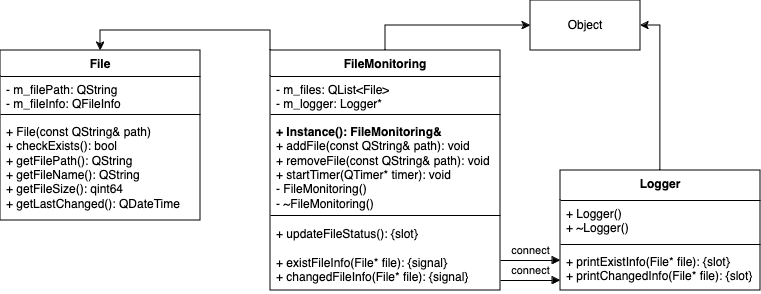
Ivvvay/FileMonitoring keeps this draw.io diagram as UML.png. Above is the earlier version. Source tidied: cells renumbered, new cells last; positions are measured from the earlier drawing's top-left corner, leaving out a move shared by most shapes. Its diagram source:
```xml
<mxGraphModel>
  <root>
    <mxCell id="0" />
    <mxCell id="1" parent="0" />
    <mxCell id="2" value="File" style="swimlane;fontStyle=1;align=center;verticalAlign=top;horizontal=1;startSize=26;whiteSpace=wrap;html=1;" parent="1" vertex="1">
      <mxGeometry y="50" width="200" height="170" as="geometry" />
    </mxCell>
    <mxCell id="3" value="&lt;div&gt;- m_filePath: QString&lt;/div&gt;&lt;div&gt;- m_fileInfo: QFileInfo&lt;br&gt;&lt;/div&gt;&lt;div&gt;&lt;br&gt;&lt;/div&gt;" style="text;strokeColor=none;fillColor=none;align=left;verticalAlign=top;spacingLeft=4;spacingRight=4;overflow=hidden;whiteSpace=wrap;html=1;" parent="2" vertex="1">
      <mxGeometry y="26" width="200" height="34" as="geometry" />
    </mxCell>
    <mxCell id="4" style="line;strokeWidth=1;fillColor=none;align=left;verticalAlign=middle;spacingTop=-1;spacingLeft=3;spacingRight=3;labelPosition=right;strokeColor=inherit;" parent="2" vertex="1">
      <mxGeometry y="60" width="200" height="8" as="geometry" />
    </mxCell>
    <mxCell id="5" value="&lt;div&gt;+ File(const QString&amp;amp; path)&lt;/div&gt;&lt;div&gt;+ checkExists(): bool&lt;/div&gt;&lt;div&gt;+ getFilePath(): QString&lt;/div&gt;&lt;div&gt;+ getFileName(): QString&amp;nbsp;&lt;/div&gt;&lt;div&gt;+ getFileSize(): qint64&lt;br&gt;+ getLastChanged(): QDateTime&lt;/div&gt;&lt;div&gt;&lt;br&gt;&lt;/div&gt;" style="text;strokeColor=none;fillColor=none;align=left;verticalAlign=top;spacingLeft=4;spacingRight=4;overflow=hidden;points=[[0,0.5],[1,0.5]];portConstraint=eastwest;whiteSpace=wrap;html=1;" parent="2" vertex="1">
      <mxGeometry y="68" width="200" height="102" as="geometry" />
    </mxCell>
    <mxCell id="6" style="edgeStyle=orthogonalEdgeStyle;rounded=0;jettySize=auto;html=1;exitX=0.5;exitY=0;exitDx=0;exitDy=0;entryX=1;entryY=0.5;entryDx=0;entryDy=0;" parent="1" edge="1" source="7" target="19">
      <mxGeometry relative="1" as="geometry" />
    </mxCell>
    <mxCell id="7" value="Logger" style="swimlane;fontStyle=1;align=center;verticalAlign=top;horizontal=1;startSize=30;whiteSpace=wrap;html=1;" parent="1" vertex="1">
      <mxGeometry x="560" y="170" width="200" height="120" as="geometry" />
    </mxCell>
    <mxCell id="8" value="&lt;div&gt;+ Logger()&lt;/div&gt;&lt;div&gt;+ ~Logger()&lt;br&gt;&lt;/div&gt;" style="text;strokeColor=none;fillColor=none;align=left;verticalAlign=top;spacingLeft=4;spacingRight=4;overflow=hidden;whiteSpace=wrap;html=1;" parent="7" vertex="1">
      <mxGeometry y="30" width="200" height="40" as="geometry" />
    </mxCell>
    <mxCell id="9" style="line;strokeWidth=1;fillColor=none;align=left;verticalAlign=middle;spacingTop=-1;spacingLeft=3;spacingRight=3;labelPosition=right;strokeColor=inherit;" parent="7" vertex="1">
      <mxGeometry y="70" width="200" height="8" as="geometry" />
    </mxCell>
    <mxCell id="10" value="&lt;div&gt;+ printExistInfo(File* file): {slot}&lt;br&gt;&lt;/div&gt;&lt;div&gt;+ printChangedInfo(File* file): {slot}&lt;/div&gt;" style="text;strokeColor=none;fillColor=none;align=left;verticalAlign=top;spacingLeft=4;spacingRight=4;overflow=hidden;points=[[0,0.5],[1,0.5]];portConstraint=eastwest;whiteSpace=wrap;html=1;" parent="7" vertex="1">
      <mxGeometry y="78" width="200" height="42" as="geometry" />
    </mxCell>
    <mxCell id="11" style="edgeStyle=orthogonalEdgeStyle;rounded=0;jettySize=auto;html=1;exitX=0.5;exitY=0;exitDx=0;exitDy=0;entryX=0;entryY=0.5;entryDx=0;entryDy=0;" parent="1" edge="1" source="13" target="19">
      <mxGeometry relative="1" as="geometry" />
    </mxCell>
    <mxCell id="12" style="edgeStyle=orthogonalEdgeStyle;rounded=0;jettySize=auto;html=1;exitX=0;exitY=0;exitDx=0;exitDy=0;entryX=0.5;entryY=0;entryDx=0;entryDy=0;" parent="1" edge="1" source="13" target="2">
      <mxGeometry relative="1" as="geometry" />
    </mxCell>
    <mxCell id="13" value="FileMonitoring" style="swimlane;fontStyle=1;align=center;verticalAlign=top;horizontal=1;startSize=26;whiteSpace=wrap;html=1;" parent="1" vertex="1">
      <mxGeometry x="270" y="50" width="230" height="240" as="geometry" />
    </mxCell>
    <mxCell id="14" value="&lt;div&gt;- m_files: QList&amp;lt;File&amp;gt;&lt;/div&gt;&lt;div&gt;- m_logger: Logger*&lt;/div&gt;" style="text;strokeColor=none;fillColor=none;align=left;verticalAlign=top;spacingLeft=4;spacingRight=4;overflow=hidden;whiteSpace=wrap;html=1;" parent="13" vertex="1">
      <mxGeometry y="26" width="230" height="34" as="geometry" />
    </mxCell>
    <mxCell id="15" style="line;strokeWidth=1;fillColor=none;align=left;verticalAlign=middle;spacingTop=-1;spacingLeft=3;spacingRight=3;labelPosition=right;strokeColor=inherit;" parent="13" vertex="1">
      <mxGeometry y="60" width="230" height="8" as="geometry" />
    </mxCell>
    <mxCell id="16" value="&lt;div&gt;&lt;b&gt;+ Instance(): FileMonitoring&amp;amp;&lt;/b&gt;&lt;/div&gt;&lt;div&gt;+ addFile(const QString&amp;amp; path): void&lt;/div&gt;&lt;div&gt;+ removeFile(const QString&amp;amp; path): void&lt;/div&gt;&lt;div&gt;+ startTimer(QTimer* timer): void&lt;/div&gt;&lt;div&gt;- FileMonitoring()&lt;br&gt;- ~FileMonitoring()&lt;/div&gt;&lt;div&gt;&lt;br&gt;&lt;/div&gt;&lt;div&gt;&lt;b&gt;&lt;br&gt;&lt;/b&gt;&lt;/div&gt;" style="text;strokeColor=none;fillColor=none;align=left;verticalAlign=top;spacingLeft=4;spacingRight=4;overflow=hidden;whiteSpace=wrap;html=1;" parent="13" vertex="1">
      <mxGeometry y="68" width="230" height="92" as="geometry" />
    </mxCell>
    <mxCell id="17" style="line;strokeWidth=1;fillColor=none;align=left;verticalAlign=middle;spacingTop=-1;spacingLeft=3;spacingRight=3;labelPosition=right;strokeColor=inherit;" parent="13" vertex="1">
      <mxGeometry y="160" width="230" height="10" as="geometry" />
    </mxCell>
    <mxCell id="18" value="&lt;div&gt;+ updateFileStatus(): {slot}&lt;/div&gt;&lt;div&gt;&lt;br&gt;&lt;/div&gt;&lt;div&gt;+ existFileInfo(File* file): {signal}&lt;/div&gt;&lt;div&gt;+ changedFileInfo(File* file): {signal}&lt;/div&gt;&lt;div&gt;&lt;br&gt;&lt;/div&gt;&lt;div&gt;&lt;br&gt;&lt;/div&gt;" style="text;strokeColor=none;fillColor=none;align=left;verticalAlign=top;spacingLeft=4;spacingRight=4;overflow=hidden;points=[[0,0.5],[1,0.5]];portConstraint=eastwest;whiteSpace=wrap;html=1;" parent="13" vertex="1">
      <mxGeometry y="170" width="230" height="70" as="geometry" />
    </mxCell>
    <mxCell id="19" value="Object" style="html=1;whiteSpace=wrap;" parent="1" vertex="1">
      <mxGeometry x="530" width="110" height="50" as="geometry" />
    </mxCell>
    <mxCell id="20" value="connect" style="html=1;verticalAlign=bottom;endArrow=block;curved=0;rounded=0;" parent="1" edge="1">
      <mxGeometry relative="1" as="geometry">
        <mxPoint x="500" y="280" as="sourcePoint" />
        <mxPoint x="560" y="280" as="targetPoint" />
      </mxGeometry>
    </mxCell>
    <mxCell id="21" value="connect" style="html=1;verticalAlign=bottom;endArrow=block;curved=0;rounded=0;" parent="1" edge="1">
      <mxGeometry relative="1" as="geometry">
        <mxPoint x="500" y="260" as="sourcePoint" />
        <mxPoint x="560" y="260" as="targetPoint" />
      </mxGeometry>
    </mxCell>
  </root>
</mxGraphModel>
```
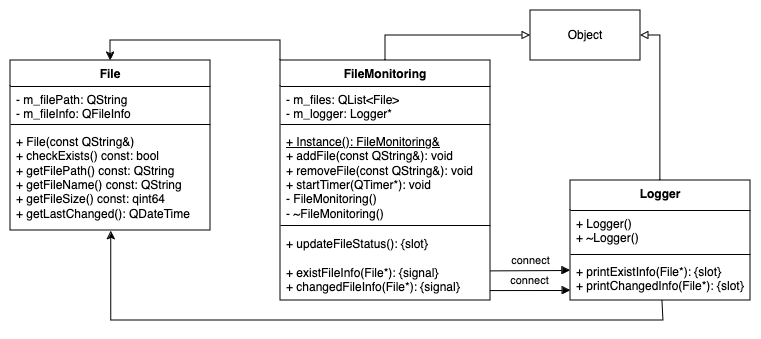
Above is the later version.

What changed in the source:
```diff
@@ -11,62 +11,69 @@
     <mxCell id="4" style="line;strokeWidth=1;fillColor=none;align=left;verticalAlign=middle;spacingTop=-1;spacingLeft=3;spacingRight=3;labelPosition=right;strokeColor=inherit;" parent="2" vertex="1">
       <mxGeometry y="60" width="200" height="8" as="geometry" />
     </mxCell>
-    <mxCell id="5" value="&lt;div&gt;+ File(const QString&amp;amp; path)&lt;/div&gt;&lt;div&gt;+ checkExists(): bool&lt;/div&gt;&lt;div&gt;+ getFilePath(): QString&lt;/div&gt;&lt;div&gt;+ getFileName(): QString&amp;nbsp;&lt;/div&gt;&lt;div&gt;+ getFileSize(): qint64&lt;br&gt;+ getLastChanged(): QDateTime&lt;/div&gt;&lt;div&gt;&lt;br&gt;&lt;/div&gt;" style="text;strokeColor=none;fillColor=none;align=left;verticalAlign=top;spacingLeft=4;spacingRight=4;overflow=hidden;points=[[0,0.5],[1,0.5]];portConstraint=eastwest;whiteSpace=wrap;html=1;" parent="2" vertex="1">
+    <mxCell id="5" value="&lt;div&gt;+ File(const QString&amp;amp;)&lt;/div&gt;&lt;div&gt;+ checkExists() const: bool&lt;/div&gt;&lt;div&gt;+ getFilePath() const: QString&lt;/div&gt;&lt;div&gt;+ getFileName() const: QString&amp;nbsp;&lt;/div&gt;&lt;div&gt;+ getFileSize() const: qint64&lt;br&gt;+ getLastChanged(): QDateTime&lt;/div&gt;&lt;div&gt;&lt;br&gt;&lt;/div&gt;" style="text;strokeColor=none;fillColor=none;align=left;verticalAlign=top;spacingLeft=4;spacingRight=4;overflow=hidden;points=[[0,0.5],[1,0.5]];portConstraint=eastwest;whiteSpace=wrap;html=1;" parent="2" vertex="1">
       <mxGeometry y="68" width="200" height="102" as="geometry" />
     </mxCell>
-    <mxCell id="6" style="edgeStyle=orthogonalEdgeStyle;rounded=0;jettySize=auto;html=1;exitX=0.5;exitY=0;exitDx=0;exitDy=0;entryX=1;entryY=0.5;entryDx=0;entryDy=0;" parent="1" edge="1" source="7" target="19">
+    <mxCell id="6" style="edgeStyle=orthogonalEdgeStyle;rounded=0;jettySize=auto;html=1;exitX=0.5;exitY=0;exitDx=0;exitDy=0;entryX=1;entryY=0.5;entryDx=0;entryDy=0;endArrow=block;endFill=0;" parent="1" edge="1" source="7" target="19">
       <mxGeometry relative="1" as="geometry" />
     </mxCell>
     <mxCell id="7" value="Logger" style="swimlane;fontStyle=1;align=center;verticalAlign=top;horizontal=1;startSize=30;whiteSpace=wrap;html=1;" parent="1" vertex="1">
-      <mxGeometry x="560" y="170" width="200" height="120" as="geometry" />
+      <mxGeometry x="560" y="170" width="180" height="120" as="geometry" />
     </mxCell>
     <mxCell id="8" value="&lt;div&gt;+ Logger()&lt;/div&gt;&lt;div&gt;+ ~Logger()&lt;br&gt;&lt;/div&gt;" style="text;strokeColor=none;fillColor=none;align=left;verticalAlign=top;spacingLeft=4;spacingRight=4;overflow=hidden;whiteSpace=wrap;html=1;" parent="7" vertex="1">
-      <mxGeometry y="30" width="200" height="40" as="geometry" />
+      <mxGeometry y="30" width="180" height="40" as="geometry" />
     </mxCell>
     <mxCell id="9" style="line;strokeWidth=1;fillColor=none;align=left;verticalAlign=middle;spacingTop=-1;spacingLeft=3;spacingRight=3;labelPosition=right;strokeColor=inherit;" parent="7" vertex="1">
-      <mxGeometry y="70" width="200" height="8" as="geometry" />
+      <mxGeometry y="70" width="180" height="8" as="geometry" />
     </mxCell>
-    <mxCell id="10" value="&lt;div&gt;+ printExistInfo(File* file): {slot}&lt;br&gt;&lt;/div&gt;&lt;div&gt;+ printChangedInfo(File* file): {slot}&lt;/div&gt;" style="text;strokeColor=none;fillColor=none;align=left;verticalAlign=top;spacingLeft=4;spacingRight=4;overflow=hidden;points=[[0,0.5],[1,0.5]];portConstraint=eastwest;whiteSpace=wrap;html=1;" parent="7" vertex="1">
-      <mxGeometry y="78" width="200" height="42" as="geometry" />
+    <mxCell id="10" value="&lt;div&gt;+ printExistInfo(File*): {slot}&lt;br&gt;&lt;/div&gt;&lt;div&gt;+ printChangedInfo(File*): {slot}&lt;/div&gt;" style="text;strokeColor=none;fillColor=none;align=left;verticalAlign=top;spacingLeft=4;spacingRight=4;overflow=hidden;points=[[0,0.5],[1,0.5]];portConstraint=eastwest;whiteSpace=wrap;html=1;" parent="7" vertex="1">
+      <mxGeometry y="78" width="180" height="42" as="geometry" />
     </mxCell>
-    <mxCell id="11" style="edgeStyle=orthogonalEdgeStyle;rounded=0;jettySize=auto;html=1;exitX=0.5;exitY=0;exitDx=0;exitDy=0;entryX=0;entryY=0.5;entryDx=0;entryDy=0;" parent="1" edge="1" source="13" target="19">
+    <mxCell id="11" style="edgeStyle=orthogonalEdgeStyle;rounded=0;jettySize=auto;html=1;exitX=0.5;exitY=0;exitDx=0;exitDy=0;entryX=0;entryY=0.5;entryDx=0;entryDy=0;endArrow=block;endFill=0;" parent="1" edge="1" source="13" target="19">
       <mxGeometry relative="1" as="geometry" />
     </mxCell>
     <mxCell id="12" style="edgeStyle=orthogonalEdgeStyle;rounded=0;jettySize=auto;html=1;exitX=0;exitY=0;exitDx=0;exitDy=0;entryX=0.5;entryY=0;entryDx=0;entryDy=0;" parent="1" edge="1" source="13" target="2">
       <mxGeometry relative="1" as="geometry" />
     </mxCell>
     <mxCell id="13" value="FileMonitoring" style="swimlane;fontStyle=1;align=center;verticalAlign=top;horizontal=1;startSize=26;whiteSpace=wrap;html=1;" parent="1" vertex="1">
-      <mxGeometry x="270" y="50" width="230" height="240" as="geometry" />
+      <mxGeometry x="270" y="50" width="210" height="240" as="geometry" />
     </mxCell>
     <mxCell id="14" value="&lt;div&gt;- m_files: QList&amp;lt;File&amp;gt;&lt;/div&gt;&lt;div&gt;- m_logger: Logger*&lt;/div&gt;" style="text;strokeColor=none;fillColor=none;align=left;verticalAlign=top;spacingLeft=4;spacingRight=4;overflow=hidden;whiteSpace=wrap;html=1;" parent="13" vertex="1">
-      <mxGeometry y="26" width="230" height="34" as="geometry" />
+      <mxGeometry y="26" width="210" height="34" as="geometry" />
     </mxCell>
     <mxCell id="15" style="line;strokeWidth=1;fillColor=none;align=left;verticalAlign=middle;spacingTop=-1;spacingLeft=3;spacingRight=3;labelPosition=right;strokeColor=inherit;" parent="13" vertex="1">
-      <mxGeometry y="60" width="230" height="8" as="geometry" />
+      <mxGeometry y="60" width="210" height="8" as="geometry" />
     </mxCell>
-    <mxCell id="16" value="&lt;div&gt;&lt;b&gt;+ Instance(): FileMonitoring&amp;amp;&lt;/b&gt;&lt;/div&gt;&lt;div&gt;+ addFile(const QString&amp;amp; path): void&lt;/div&gt;&lt;div&gt;+ removeFile(const QString&amp;amp; path): void&lt;/div&gt;&lt;div&gt;+ startTimer(QTimer* timer): void&lt;/div&gt;&lt;div&gt;- FileMonitoring()&lt;br&gt;- ~FileMonitoring()&lt;/div&gt;&lt;div&gt;&lt;br&gt;&lt;/div&gt;&lt;div&gt;&lt;b&gt;&lt;br&gt;&lt;/b&gt;&lt;/div&gt;" style="text;strokeColor=none;fillColor=none;align=left;verticalAlign=top;spacingLeft=4;spacingRight=4;overflow=hidden;whiteSpace=wrap;html=1;" parent="13" vertex="1">
-      <mxGeometry y="68" width="230" height="92" as="geometry" />
+    <mxCell id="16" value="&lt;div&gt;&lt;u&gt;+ Instance(): FileMonitoring&amp;amp;&lt;/u&gt;&lt;/div&gt;&lt;div&gt;+ addFile(const QString&amp;amp;): void&lt;/div&gt;&lt;div&gt;+ removeFile(const QString&amp;amp;): void&lt;/div&gt;&lt;div&gt;+ startTimer(QTimer*): void&lt;/div&gt;&lt;div&gt;- FileMonitoring()&lt;br&gt;- ~FileMonitoring()&lt;/div&gt;&lt;div&gt;&lt;br&gt;&lt;/div&gt;&lt;div&gt;&lt;b&gt;&lt;br&gt;&lt;/b&gt;&lt;/div&gt;" style="text;strokeColor=none;fillColor=none;align=left;verticalAlign=top;spacingLeft=4;spacingRight=4;overflow=hidden;whiteSpace=wrap;html=1;" parent="13" vertex="1">
+      <mxGeometry y="68" width="210" height="92" as="geometry" />
     </mxCell>
     <mxCell id="17" style="line;strokeWidth=1;fillColor=none;align=left;verticalAlign=middle;spacingTop=-1;spacingLeft=3;spacingRight=3;labelPosition=right;strokeColor=inherit;" parent="13" vertex="1">
-      <mxGeometry y="160" width="230" height="10" as="geometry" />
+      <mxGeometry y="160" width="210" height="10" as="geometry" />
     </mxCell>
-    <mxCell id="18" value="&lt;div&gt;+ updateFileStatus(): {slot}&lt;/div&gt;&lt;div&gt;&lt;br&gt;&lt;/div&gt;&lt;div&gt;+ existFileInfo(File* file): {signal}&lt;/div&gt;&lt;div&gt;+ changedFileInfo(File* file): {signal}&lt;/div&gt;&lt;div&gt;&lt;br&gt;&lt;/div&gt;&lt;div&gt;&lt;br&gt;&lt;/div&gt;" style="text;strokeColor=none;fillColor=none;align=left;verticalAlign=top;spacingLeft=4;spacingRight=4;overflow=hidden;points=[[0,0.5],[1,0.5]];portConstraint=eastwest;whiteSpace=wrap;html=1;" parent="13" vertex="1">
-      <mxGeometry y="170" width="230" height="70" as="geometry" />
+    <mxCell id="18" value="&lt;div&gt;+ updateFileStatus(): {slot}&lt;/div&gt;&lt;div&gt;&lt;br&gt;&lt;/div&gt;&lt;div&gt;+ existFileInfo(File*): {signal}&lt;/div&gt;&lt;div&gt;+ changedFileInfo(File*): {signal}&lt;/div&gt;&lt;div&gt;&lt;br&gt;&lt;/div&gt;&lt;div&gt;&lt;br&gt;&lt;/div&gt;" style="text;strokeColor=none;fillColor=none;align=left;verticalAlign=top;spacingLeft=4;spacingRight=4;overflow=hidden;points=[[0,0.5],[1,0.5]];portConstraint=eastwest;whiteSpace=wrap;html=1;" parent="13" vertex="1">
+      <mxGeometry y="170" width="210" height="70" as="geometry" />
     </mxCell>
     <mxCell id="19" value="Object" style="html=1;whiteSpace=wrap;" parent="1" vertex="1">
-      <mxGeometry x="530" width="110" height="50" as="geometry" />
+      <mxGeometry x="520" width="110" height="50" as="geometry" />
     </mxCell>
-    <mxCell id="20" value="connect" style="html=1;verticalAlign=bottom;endArrow=block;curved=0;rounded=0;" parent="1" edge="1">
+    <mxCell id="20" value="connect" style="html=1;verticalAlign=bottom;endArrow=block;curved=0;rounded=0;exitX=0.997;exitY=0.858;exitDx=0;exitDy=0;exitPerimeter=0;" parent="1" edge="1" source="18">
       <mxGeometry relative="1" as="geometry">
-        <mxPoint x="500" y="280" as="sourcePoint" />
         <mxPoint x="560" y="280" as="targetPoint" />
       </mxGeometry>
     </mxCell>
-    <mxCell id="21" value="connect" style="html=1;verticalAlign=bottom;endArrow=block;curved=0;rounded=0;" parent="1" edge="1">
+    <mxCell id="21" value="connect" style="html=1;verticalAlign=bottom;endArrow=block;curved=0;rounded=0;exitX=1;exitY=0.577;exitDx=0;exitDy=0;exitPerimeter=0;" parent="1" edge="1" source="18">
       <mxGeometry relative="1" as="geometry">
-        <mxPoint x="500" y="260" as="sourcePoint" />
         <mxPoint x="560" y="260" as="targetPoint" />
       </mxGeometry>
     </mxCell>
+    <mxCell id="22" style="edgeStyle=orthogonalEdgeStyle;rounded=0;jettySize=auto;html=1;exitX=0.511;exitY=1.009;exitDx=0;exitDy=0;entryX=0.504;entryY=1.006;entryDx=0;entryDy=0;entryPerimeter=0;exitPerimeter=0;" parent="1" edge="1" source="10" target="5">
+      <mxGeometry relative="1" as="geometry">
+        <Array as="points">
+          <mxPoint x="653" y="290" />
+          <mxPoint x="653" y="310" />
+          <mxPoint x="101" y="310" />
+        </Array>
+      </mxGeometry>
+    </mxCell>
   </root>
 </mxGraphModel>
```
